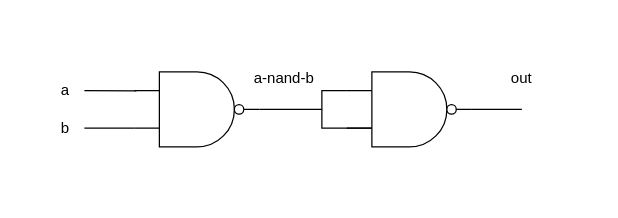
This is 1/And/And.drawio from RRRYOOO/CPsystems, a draw.io file, before an edit. Source tidied: cells renumbered, new cells numbered last; positions are measured from the earlier drawing's top-left corner, leaving out a move shared by most shapes. Both pictures are drawn from the tidied source at 125%, with x=0, y=0 at pixel (21, 21).
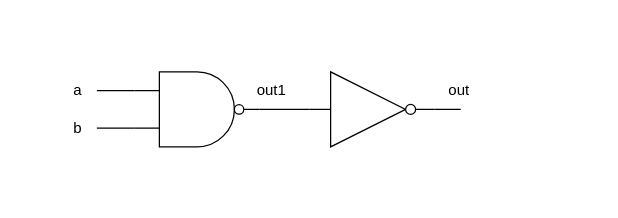
After the change.

The edit, as a diff of the source:
```diff
@@
 <mxGraphModel>
   <root>
     <mxCell id="0" />
     <mxCell id="1" parent="0" />
     <mxCell id="2" style="rounded=0;whiteSpace=wrap;html=1;fillColor=none;strokeColor=none;" parent="1" vertex="1">
-      <mxGeometry width="460" height="140" as="geometry" />
+      <mxGeometry x="20" y="25" width="370" height="90" as="geometry" />
     </mxCell>
-    <mxCell id="3" style="endArrow=none;html=1;rounded=0;entryX=0;entryY=0.25;entryDx=0;entryDy=0;entryPerimeter=0;exitX=1;exitY=0.5;exitDx=0;exitDy=0;exitPerimeter=0;" parent="1" edge="1" source="9" target="5">
-      <mxGeometry relative="1" as="geometry">
-        <Array as="points">
-          <mxPoint x="240" y="70" />
-          <mxPoint x="240" y="55" />
-        </Array>
-      </mxGeometry>
-    </mxCell>
-    <mxCell id="4" value="a-nand-b" style="text;html=1;align=center;verticalAlign=middle;whiteSpace=wrap;rounded=0;" parent="1" vertex="1">
-      <mxGeometry x="180" y="30" width="60" height="30" as="geometry" />
+    <mxCell id="4" value="out1" style="text;html=1;align=center;verticalAlign=middle;whiteSpace=wrap;rounded=0;" parent="1" vertex="1">
+      <mxGeometry x="170" y="40" width="60" height="30" as="geometry" />
     </mxCell>
-    <mxCell id="5" style="verticalLabelPosition=bottom;shadow=0;dashed=0;align=center;html=1;verticalAlign=top;shape=mxgraph.electrical.logic_gates.logic_gate;operation=and;negating=1;negSize=0.15;" parent="1" vertex="1">
-      <mxGeometry x="260" y="40" width="100" height="60" as="geometry" />
-    </mxCell>
-    <mxCell id="6" style="endArrow=none;html=1;rounded=0;entryX=0;entryY=0.75;entryDx=0;entryDy=0;entryPerimeter=0;" parent="1" edge="1">
-      <mxGeometry relative="1" as="geometry">
-        <mxPoint x="240" y="70" as="sourcePoint" />
-        <mxPoint x="280" y="85" as="targetPoint" />
-        <Array as="points">
-          <mxPoint x="240" y="85" />
-        </Array>
-      </mxGeometry>
-    </mxCell>
-    <mxCell id="7" style="endArrow=none;html=1;rounded=0;entryX=1;entryY=0.5;entryDx=0;entryDy=0;entryPerimeter=0;" parent="1" edge="1" target="5">
+    <mxCell id="7" style="endArrow=none;html=1;rounded=0;entryX=1;entryY=0.5;entryDx=0;entryDy=0;entryPerimeter=0;" parent="1" edge="1" target="14">
       <mxGeometry relative="1" as="geometry">
-        <mxPoint x="400" y="70" as="sourcePoint" />
+        <mxPoint x="340" y="70" as="sourcePoint" />
+        <Array as="points">
+          <mxPoint x="351.1" y="70" />
+        </Array>
       </mxGeometry>
     </mxCell>
     <mxCell id="8" value="out" style="text;html=1;align=center;verticalAlign=middle;whiteSpace=wrap;rounded=0;" parent="1" vertex="1">
-      <mxGeometry x="370" y="30" width="60" height="30" as="geometry" />
+      <mxGeometry x="320" y="40" width="60" height="30" as="geometry" />
     </mxCell>
     <mxCell id="9" style="verticalLabelPosition=bottom;shadow=0;dashed=0;align=center;html=1;verticalAlign=top;shape=mxgraph.electrical.logic_gates.logic_gate;operation=and;negating=1;negSize=0.15;" parent="1" vertex="1">
       <mxGeometry x="90" y="40" width="100" height="60" as="geometry" />
     </mxCell>
-    <mxCell id="10" style="endArrow=none;html=1;rounded=0;entryX=0.016;entryY=0.253;entryDx=0;entryDy=0;entryPerimeter=0;" parent="1" edge="1" target="9">
+    <mxCell id="10" style="endArrow=none;html=1;rounded=0;" parent="1" edge="1">
       <mxGeometry relative="1" as="geometry">
-        <mxPoint x="50" y="55" as="sourcePoint" />
+        <mxPoint x="60" y="55" as="sourcePoint" />
+        <mxPoint x="90" y="55" as="targetPoint" />
       </mxGeometry>
     </mxCell>
     <mxCell id="11" style="endArrow=none;html=1;rounded=0;entryX=0;entryY=0.75;entryDx=0;entryDy=0;entryPerimeter=0;" parent="1" edge="1" target="9">
       <mxGeometry relative="1" as="geometry">
-        <mxPoint x="50" y="85" as="sourcePoint" />
+        <mxPoint x="60" y="85" as="sourcePoint" />
       </mxGeometry>
     </mxCell>
     <mxCell id="12" value="b" style="text;html=1;align=center;verticalAlign=middle;whiteSpace=wrap;rounded=0;" parent="1" vertex="1">
-      <mxGeometry x="30" y="70" width="10" height="30" as="geometry" />
+      <mxGeometry x="40" y="70" width="10" height="30" as="geometry" />
     </mxCell>
     <mxCell id="13" value="a" style="text;html=1;align=center;verticalAlign=middle;whiteSpace=wrap;rounded=0;" parent="1" vertex="1">
-      <mxGeometry x="30" y="40" width="10" height="30" as="geometry" />
+      <mxGeometry x="40" y="40" width="10" height="30" as="geometry" />
     </mxCell>
+    <mxCell id="14" style="verticalLabelPosition=bottom;shadow=0;dashed=0;align=center;html=1;verticalAlign=top;shape=mxgraph.electrical.logic_gates.inverter_2;" parent="1" vertex="1">
+      <mxGeometry x="230" y="40" width="100" height="60" as="geometry" />
+    </mxCell>
+    <mxCell id="15" style="endArrow=none;html=1;rounded=0;entryX=0;entryY=0.5;entryDx=0;entryDy=0;entryPerimeter=0;" parent="1" edge="1" target="14">
+      <mxGeometry relative="1" as="geometry">
+        <mxPoint x="190" y="70" as="sourcePoint" />
+      </mxGeometry>
+    </mxCell>
   </root>
 </mxGraphModel>
```
